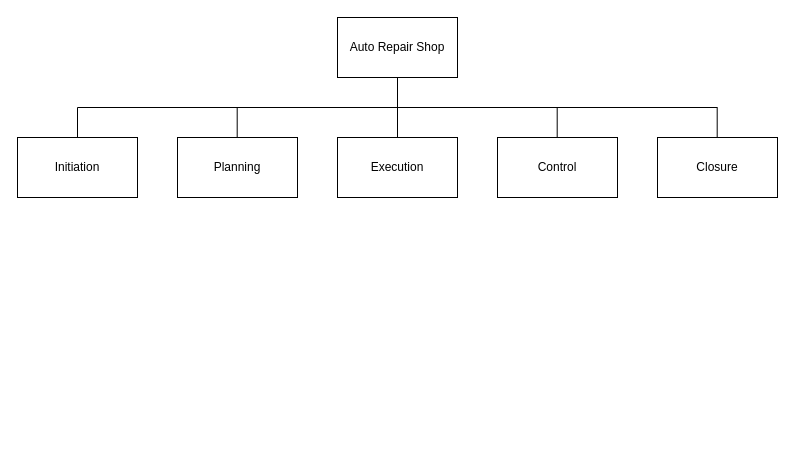
This is Untitled Diagram.drawio from DylanBriSmith/4313Drawings, a draw.io file, before an edit. Source tidied: cells renumbered, new cells numbered last; positions are measured from the earlier drawing's top-left corner, leaving out a move shared by most shapes. Both pictures are drawn from the tidied source at 100%, with x=0, y=0 at pixel (17, 17).
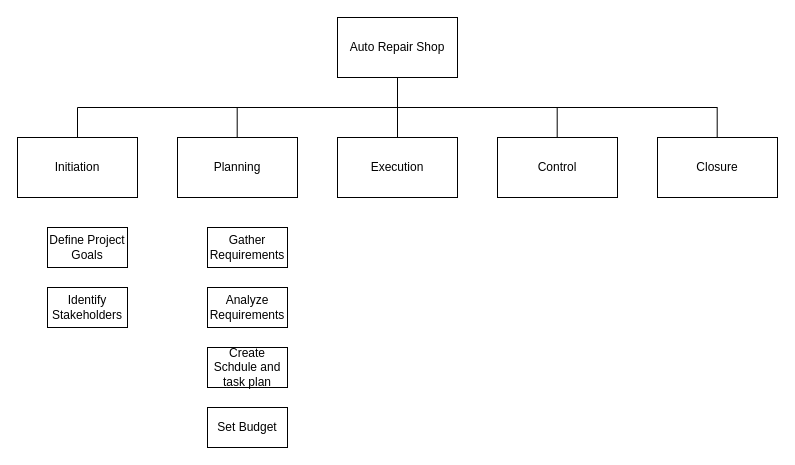
Above is the later version.

What changed in the source:
```diff
@@
+    <mxCell id="15" value="Define Project Goals" style="rounded=0;whiteSpace=wrap;html=1;" parent="1" vertex="1">
+      <mxGeometry x="30" y="210" width="80" height="40" as="geometry" />
+    </mxCell>
+    <mxCell id="16" value="Identify Stakeholders" style="rounded=0;whiteSpace=wrap;html=1;" parent="1" vertex="1">
+      <mxGeometry x="30" y="270" width="80" height="40" as="geometry" />
+    </mxCell>
+    <mxCell id="17" value="Gather Requirements" style="rounded=0;whiteSpace=wrap;html=1;" parent="1" vertex="1">
+      <mxGeometry x="190" y="210" width="80" height="40" as="geometry" />
+    </mxCell>
+    <mxCell id="18" value="Analyze Requirements" style="rounded=0;whiteSpace=wrap;html=1;" parent="1" vertex="1">
+      <mxGeometry x="190" y="270" width="80" height="40" as="geometry" />
+    </mxCell>
+    <mxCell id="19" value="Create Schdule and task plan" style="rounded=0;whiteSpace=wrap;html=1;" parent="1" vertex="1">
+      <mxGeometry x="190" y="330" width="80" height="40" as="geometry" />
+    </mxCell>
+    <mxCell id="20" value="Set Budget" style="rounded=0;whiteSpace=wrap;html=1;" parent="1" vertex="1">
+      <mxGeometry x="190" y="390" width="80" height="40" as="geometry" />
+    </mxCell>
```
